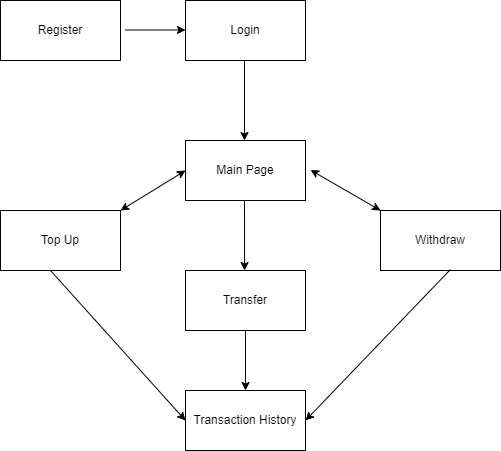
The draw.io diagram Framework/Flowchart.drawio.png in Zisaac99/TikTok-TechJam, before a commit. Source tidied: cells renumbered, new cells last; positions are measured from the earlier drawing's top-left corner, leaving out a move shared by most shapes.
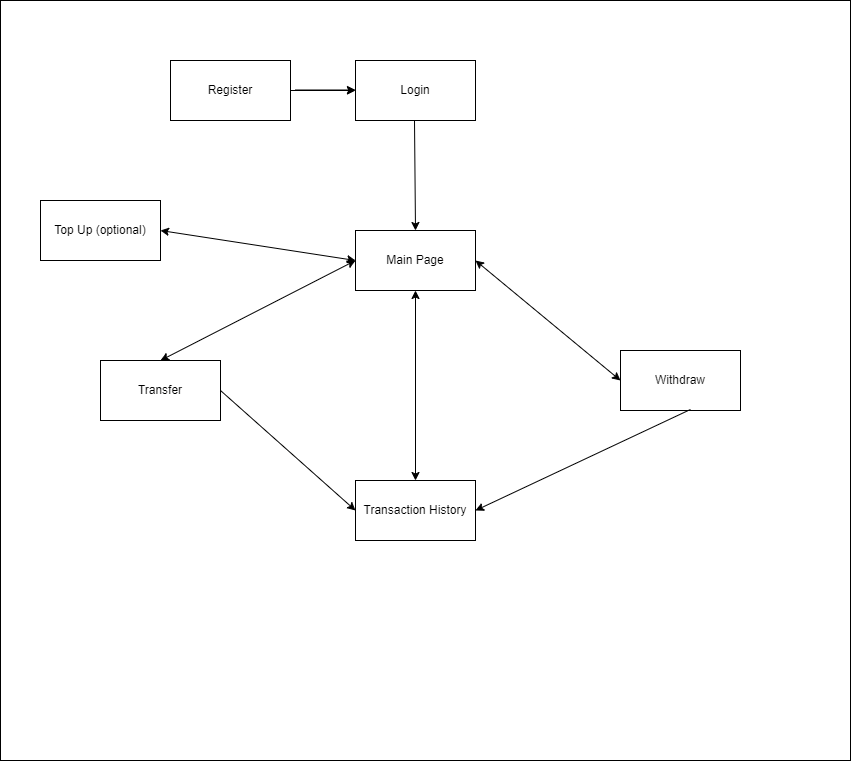
The same file after the commit.

Commit message:
Wireframes & updated flowchart

What changed in the source:
```diff
@@ -2,18 +2,23 @@
   <root>
     <mxCell id="0" />
     <mxCell id="1" parent="0" />
+    <mxCell id="17" style="rounded=0;whiteSpace=wrap;html=1;" parent="1" vertex="1">
+      <mxGeometry x="-170" y="-60" width="850" height="760" as="geometry" />
+    </mxCell>
     <mxCell id="2" value="Login" style="rounded=0;whiteSpace=wrap;html=1;" parent="1" vertex="1">
       <mxGeometry x="185" width="120" height="60" as="geometry" />
     </mxCell>
     <mxCell id="3" value="Main Page" style="rounded=0;whiteSpace=wrap;html=1;" parent="1" vertex="1">
-      <mxGeometry x="185" y="140" width="120" height="60" as="geometry" />
+      <mxGeometry x="185" y="170" width="120" height="60" as="geometry" />
     </mxCell>
-    <mxCell id="4" style="endArrow=classic;html=1;rounded=0;" parent="1" edge="1">
+    <mxCell id="4" style="endArrow=classic;html=1;rounded=0;entryX=0.5;entryY=0;entryDx=0;entryDy=0;" parent="1" edge="1" target="3">
       <mxGeometry relative="1" as="geometry">
         <mxPoint x="244" y="60" as="sourcePoint" />
-        <mxPoint x="244" y="140" as="targetPoint" />
       </mxGeometry>
     </mxCell>
+    <mxCell id="18" style="edgeStyle=orthogonalEdgeStyle;rounded=0;jettySize=auto;html=1;" parent="1" edge="1" source="5" target="2">
+      <mxGeometry relative="1" as="geometry" />
+    </mxCell>
     <mxCell id="5" value="Register" style="rounded=0;whiteSpace=wrap;html=1;" parent="1" vertex="1">
       <mxGeometry width="120" height="60" as="geometry" />
     </mxCell>
@@ -24,43 +29,34 @@
       </mxGeometry>
     </mxCell>
     <mxCell id="7" value="Withdraw" style="rounded=0;whiteSpace=wrap;html=1;" parent="1" vertex="1">
-      <mxGeometry x="380" y="210" width="120" height="60" as="geometry" />
+      <mxGeometry x="450" y="290" width="120" height="60" as="geometry" />
     </mxCell>
-    <mxCell id="8" value="Top Up" style="rounded=0;whiteSpace=wrap;html=1;" parent="1" vertex="1">
-      <mxGeometry y="210" width="120" height="60" as="geometry" />
+    <mxCell id="8" value="Top Up (optional)" style="rounded=0;whiteSpace=wrap;html=1;" parent="1" vertex="1">
+      <mxGeometry x="-130" y="140" width="120" height="60" as="geometry" />
     </mxCell>
-    <mxCell id="9" style="endArrow=classic;startArrow=classic;html=1;rounded=0;entryX=0;entryY=0.5;entryDx=0;entryDy=0;exitX=1;exitY=0;exitDx=0;exitDy=0;" parent="1" edge="1" source="8" target="3">
+    <mxCell id="9" style="endArrow=classic;startArrow=classic;html=1;rounded=0;entryX=0;entryY=0.5;entryDx=0;entryDy=0;exitX=1;exitY=0.5;exitDx=0;exitDy=0;" parent="1" edge="1" source="8" target="3">
       <mxGeometry relative="1" as="geometry" />
     </mxCell>
-    <mxCell id="10" style="endArrow=classic;startArrow=classic;html=1;rounded=0;entryX=0;entryY=0;entryDx=0;entryDy=0;" parent="1" edge="1" target="7">
-      <mxGeometry relative="1" as="geometry">
-        <mxPoint x="310" y="169.5" as="sourcePoint" />
-      </mxGeometry>
+    <mxCell id="10" style="endArrow=classic;startArrow=classic;html=1;rounded=0;entryX=0;entryY=0.5;entryDx=0;entryDy=0;exitX=1;exitY=0.5;exitDx=0;exitDy=0;" parent="1" edge="1" source="3" target="7">
+      <mxGeometry relative="1" as="geometry" />
     </mxCell>
     <mxCell id="11" value="Transfer" style="rounded=0;whiteSpace=wrap;html=1;" parent="1" vertex="1">
-      <mxGeometry x="185" y="270" width="120" height="60" as="geometry" />
+      <mxGeometry x="-70" y="300" width="120" height="60" as="geometry" />
     </mxCell>
-    <mxCell id="12" style="endArrow=classic;html=1;rounded=0;entryX=0.292;entryY=0.667;entryDx=0;entryDy=0;entryPerimeter=0;" parent="1" edge="1">
-      <mxGeometry relative="1" as="geometry">
-        <mxPoint x="244" y="200" as="sourcePoint" />
-        <mxPoint x="244" y="270" as="targetPoint" />
-      </mxGeometry>
-    </mxCell>
     <mxCell id="13" value="Transaction History" style="rounded=0;whiteSpace=wrap;html=1;" parent="1" vertex="1">
-      <mxGeometry x="185" y="390" width="120" height="60" as="geometry" />
+      <mxGeometry x="185" y="420" width="120" height="60" as="geometry" />
     </mxCell>
-    <mxCell id="14" style="endArrow=classic;html=1;rounded=0;entryX=0;entryY=0.5;entryDx=0;entryDy=0;" parent="1" edge="1" target="13">
-      <mxGeometry relative="1" as="geometry">
-        <mxPoint x="50" y="270" as="sourcePoint" />
-      </mxGeometry>
-    </mxCell>
-    <mxCell id="15" style="endArrow=classic;html=1;rounded=0;entryX=0.5;entryY=0;entryDx=0;entryDy=0;" parent="1" edge="1" target="13">
-      <mxGeometry relative="1" as="geometry">
-        <mxPoint x="245" y="330" as="sourcePoint" />
-      </mxGeometry>
+    <mxCell id="15" style="endArrow=classic;html=1;rounded=0;entryX=0;entryY=0.5;entryDx=0;entryDy=0;exitX=1;exitY=0.5;exitDx=0;exitDy=0;" parent="1" edge="1" source="11" target="13">
+      <mxGeometry relative="1" as="geometry" />
     </mxCell>
     <mxCell id="16" style="endArrow=classic;html=1;rounded=0;entryX=1;entryY=0.5;entryDx=0;entryDy=0;exitX=0.583;exitY=0.983;exitDx=0;exitDy=0;exitPerimeter=0;" parent="1" edge="1" source="7" target="13">
       <mxGeometry relative="1" as="geometry" />
     </mxCell>
+    <mxCell id="19" style="endArrow=classic;startArrow=classic;html=1;rounded=0;exitX=0.5;exitY=0;exitDx=0;exitDy=0;entryX=0;entryY=0.5;entryDx=0;entryDy=0;" parent="1" edge="1" source="11" target="3">
+      <mxGeometry relative="1" as="geometry" />
+    </mxCell>
+    <mxCell id="20" style="endArrow=classic;startArrow=classic;html=1;rounded=0;entryX=0.5;entryY=1;entryDx=0;entryDy=0;exitX=0.5;exitY=0;exitDx=0;exitDy=0;" parent="1" edge="1" source="13" target="3">
+      <mxGeometry relative="1" as="geometry" />
+    </mxCell>
   </root>
 </mxGraphModel>
```
